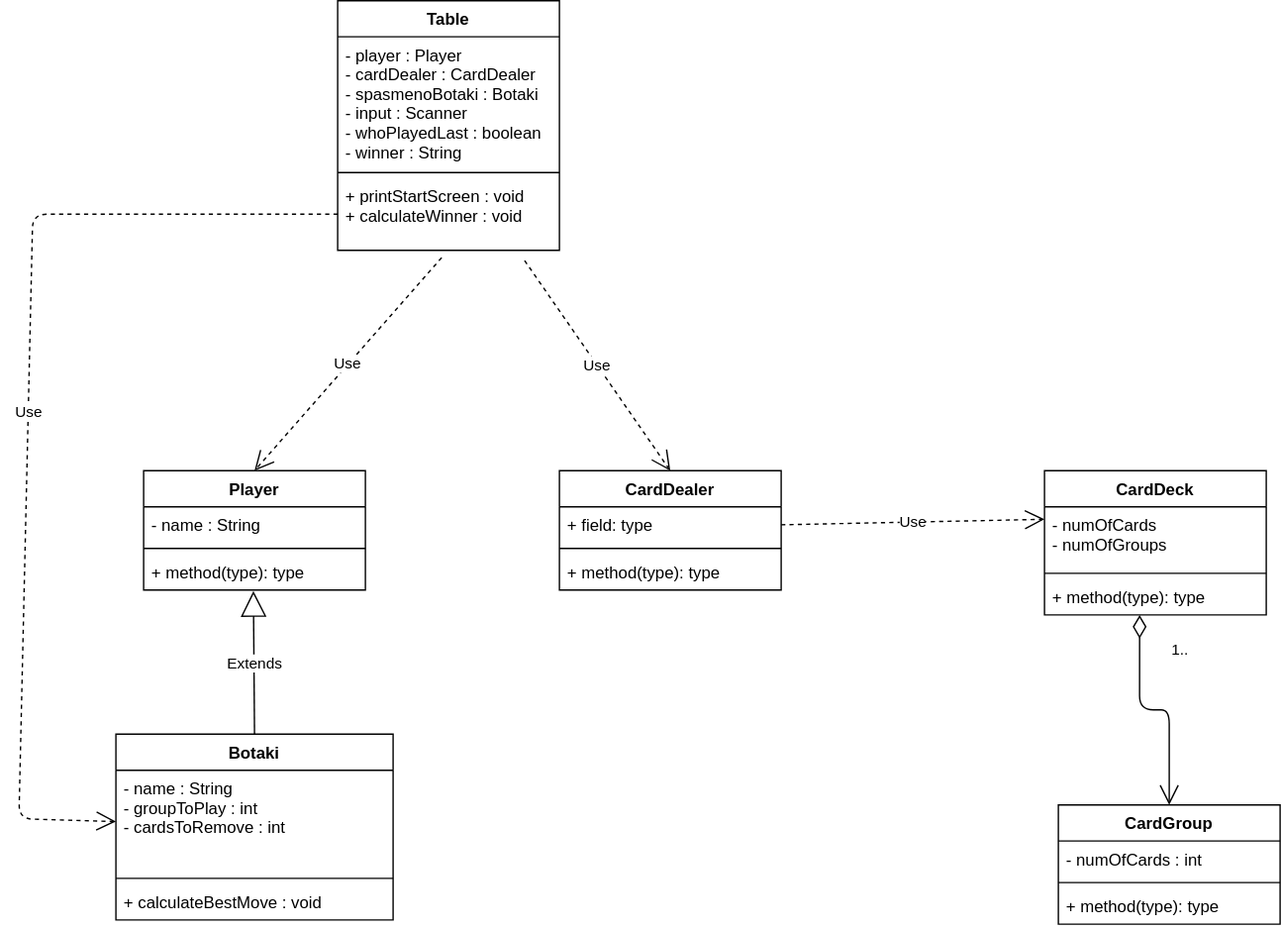
Above: ask2/ask2.drawio.svg in philipAthanasopoulos/Card-io (draw.io), before the change. Source tidied: cells renumbered, new cells last; positions are measured from the earlier drawing's top-left corner, leaving out a move shared by most shapes.
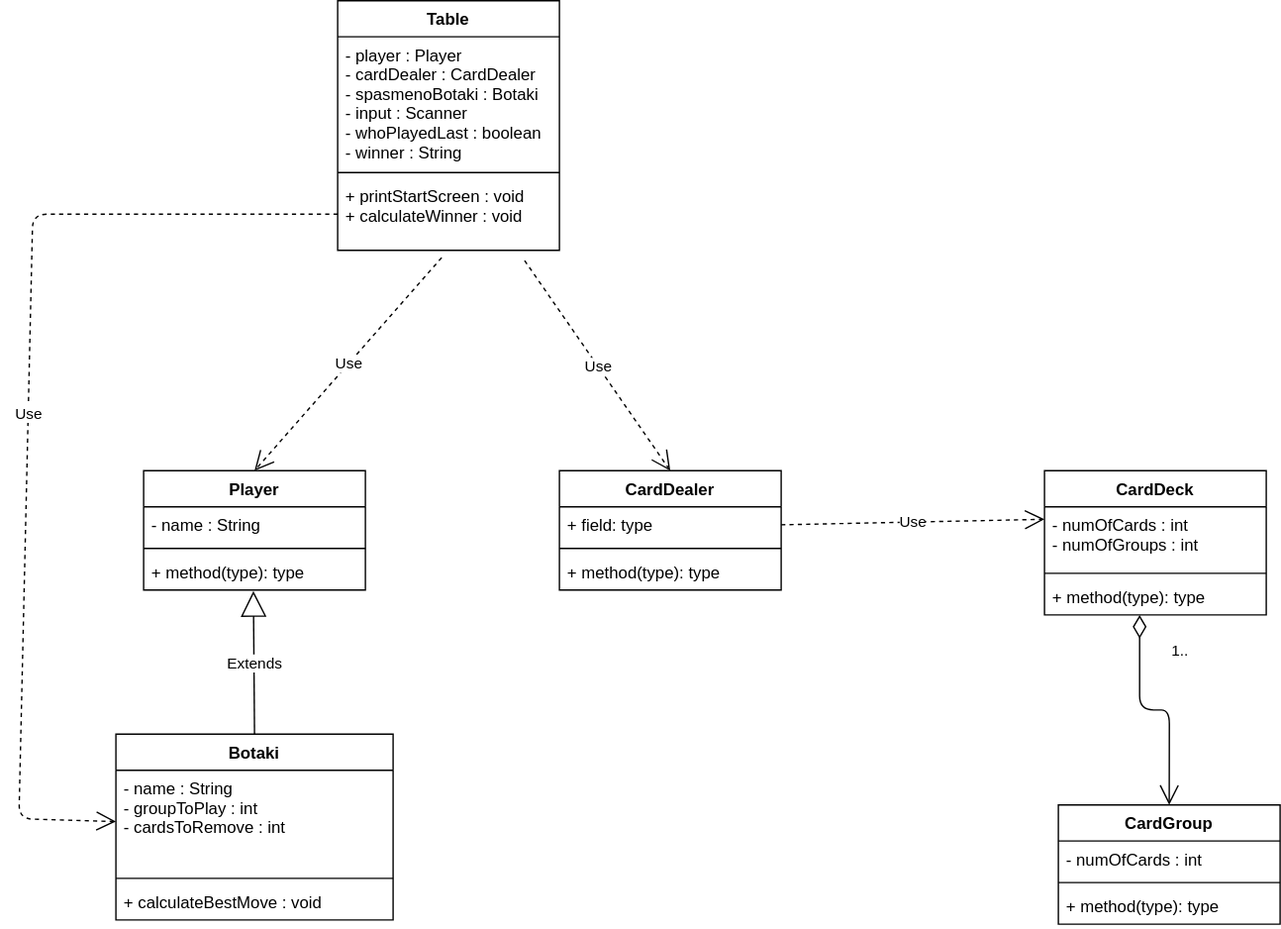
After the commit.

Diff of the diagram source:
```diff
@@ -44,7 +44,7 @@
     <mxCell id="15" value="CardDeck" style="swimlane;fontStyle=1;align=center;verticalAlign=top;horizontal=1;startSize=26;" parent="1" vertex="1">
       <mxGeometry x="740" y="339" width="160" height="104" as="geometry" />
     </mxCell>
-    <mxCell id="16" value="- numOfCards&#10;- numOfGroups" style="text;strokeColor=none;fillColor=none;align=left;verticalAlign=top;spacingLeft=4;spacingRight=4;overflow=hidden;points=[[0,0.5],[1,0.5]];portConstraint=eastwest;" parent="15" vertex="1">
+    <mxCell id="16" value="- numOfCards : int&#10;- numOfGroups : int" style="text;strokeColor=none;fillColor=none;align=left;verticalAlign=top;spacingLeft=4;spacingRight=4;overflow=hidden;points=[[0,0.5],[1,0.5]];portConstraint=eastwest;" parent="15" vertex="1">
       <mxGeometry y="26" width="160" height="44" as="geometry" />
     </mxCell>
     <mxCell id="17" style="line;strokeWidth=1;fillColor=none;align=left;verticalAlign=middle;spacingTop=-1;spacingLeft=3;spacingRight=3;labelPosition=right;strokeColor=inherit;" parent="15" vertex="1">
```
